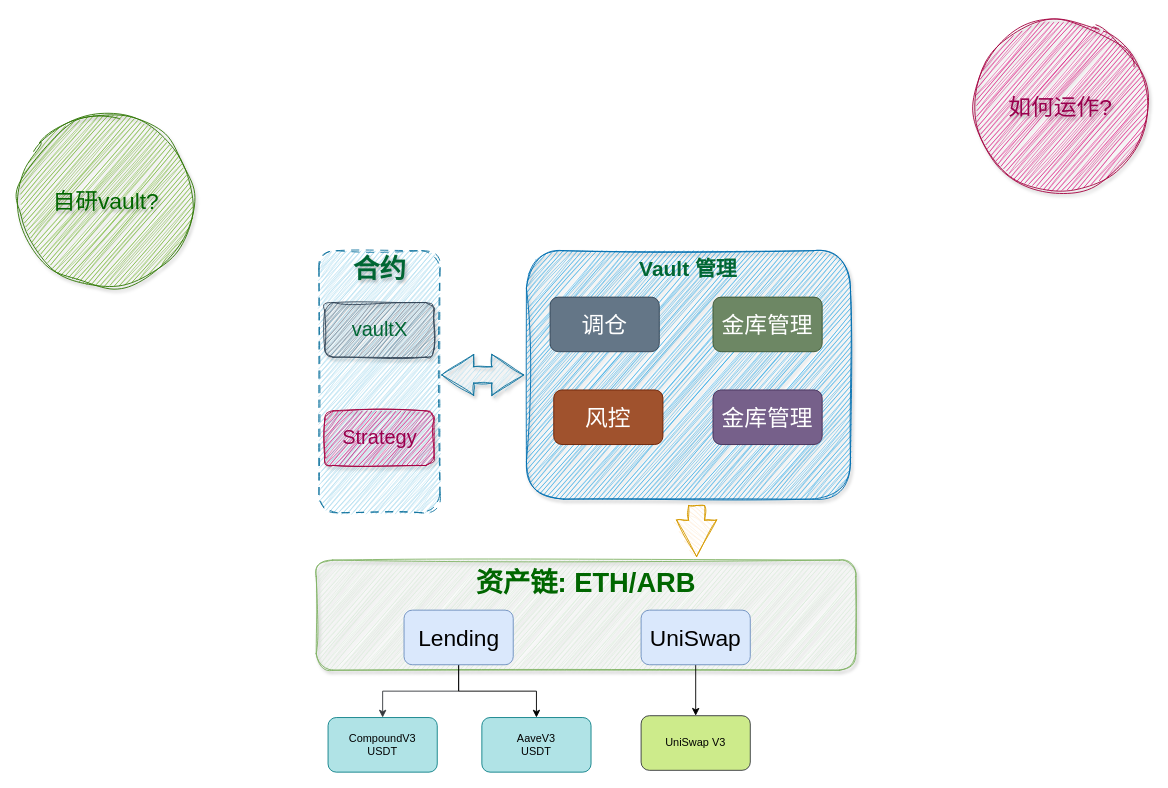
Above: 自研vault.drawio in z7658329/my-utils (draw.io), before the change. Source tidied: cells renumbered, new cells numbered last; positions are measured from the earlier drawing's top-left corner, leaving out a move shared by most shapes. Both pictures are drawn from the tidied source at 91%, with x=0, y=0 at pixel (19, 19).
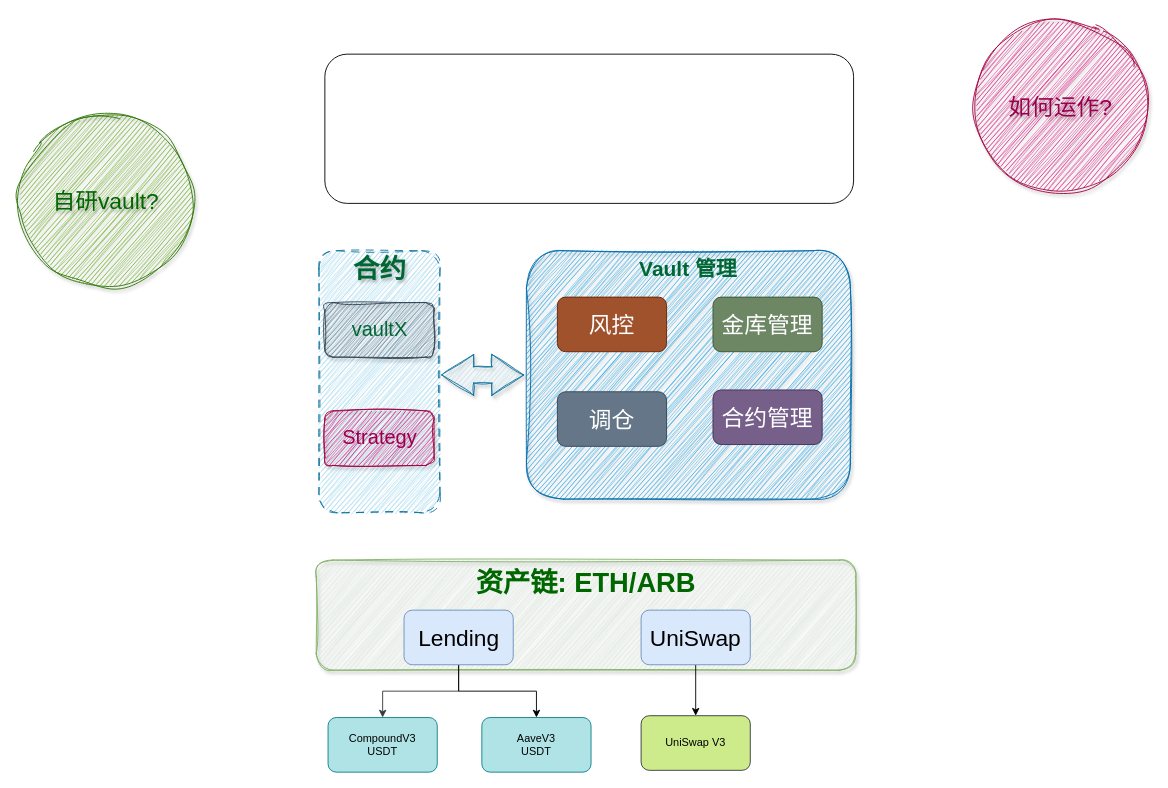
Above is the later version.

Diff of the diagram source:
```diff
@@
     <mxCell id="9" value="调仓" style="rounded=1;whiteSpace=wrap;html=1;fontSize=25;fillColor=#647687;fontColor=#ffffff;strokeColor=#314354;" parent="1" vertex="1">
-      <mxGeometry x="583" y="305" width="120" height="60" as="geometry" />
+      <mxGeometry x="591" y="409" width="120" height="60" as="geometry" />
     </mxCell>
     <mxCell id="10" value="风控" style="rounded=1;whiteSpace=wrap;html=1;fontSize=25;fillColor=#a0522d;fontColor=#ffffff;strokeColor=#6D1F00;" parent="1" vertex="1">
-      <mxGeometry x="587" y="407" width="120" height="60" as="geometry" />
+      <mxGeometry x="591" y="305" width="120" height="60" as="geometry" />
     </mxCell>
@@
-    <mxCell id="12" value="金库管理" style="rounded=1;whiteSpace=wrap;html=1;fontSize=25;fillColor=#76608a;fontColor=#ffffff;strokeColor=#432D57;" parent="1" vertex="1">
+    <mxCell id="12" value="合约管理" style="rounded=1;whiteSpace=wrap;html=1;fontSize=25;fillColor=#76608a;fontColor=#ffffff;strokeColor=#432D57;" parent="1" vertex="1">
       <mxGeometry x="762" y="407" width="120" height="60" as="geometry" />
     </mxCell>
@@
-    <mxCell id="14" style="html=1;shadow=0;dashed=0;align=center;verticalAlign=middle;shape=mxgraph.arrows2.arrow;dy=0.6;dx=40;direction=south;notch=0;fillColor=#ffe6cc;strokeColor=#d79b00;sketch=1;curveFitting=1;jiggle=2;" parent="1" vertex="1">
-      <mxGeometry x="722" y="534" width="44" height="56" as="geometry" />
-    </mxCell>
@@
+    <mxCell id="25" style="rounded=1;whiteSpace=wrap;html=1;" parent="1" vertex="1">
+      <mxGeometry x="335.5" y="38" width="581" height="164" as="geometry" />
+    </mxCell>
```
